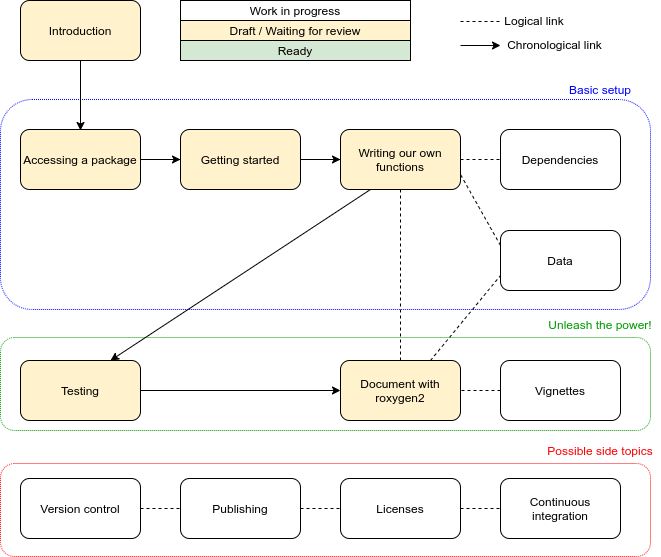
carpentries-incubator/lesson-R-packaging keeps this draw.io diagram as fig/progress.png. Above is the earlier version. Source tidied: cells renumbered, new cells last; positions are measured from the earlier drawing's top-left corner, leaving out a move shared by most shapes.
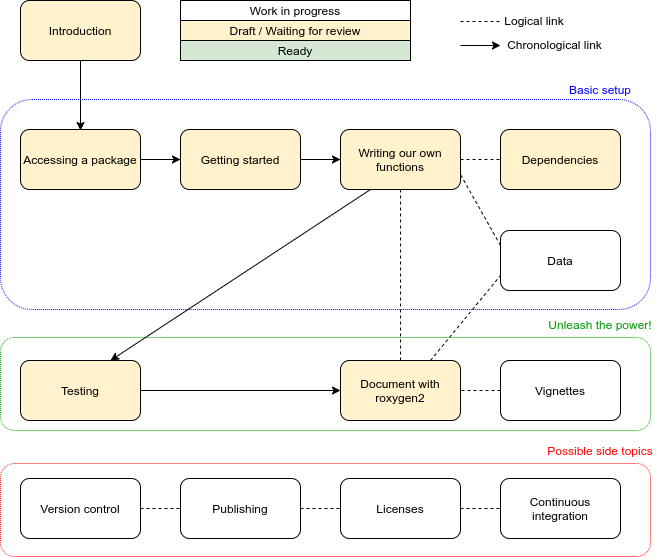
After the commit.

Commit message:
Update progress report

Diff of the diagram source:
```diff
@@ -69,7 +69,7 @@
     <mxCell id="21" value="Writing our own functions" style="rounded=1;whiteSpace=wrap;html=1;comic=0;fillColor=#fff2cc;" parent="1" vertex="1">
       <mxGeometry x="340" y="129" width="120" height="60" as="geometry" />
     </mxCell>
-    <mxCell id="22" value="Dependencies" style="rounded=1;whiteSpace=wrap;html=1;comic=0;" parent="1" vertex="1">
+    <mxCell id="22" value="Dependencies" style="rounded=1;whiteSpace=wrap;html=1;comic=0;fillColor=#fff2cc;" parent="1" vertex="1">
       <mxGeometry x="500" y="129" width="120" height="60" as="geometry" />
     </mxCell>
     <mxCell id="23" value="Document with roxygen2" style="rounded=1;whiteSpace=wrap;html=1;comic=0;fillColor=#fff2cc;" parent="1" vertex="1">
```
